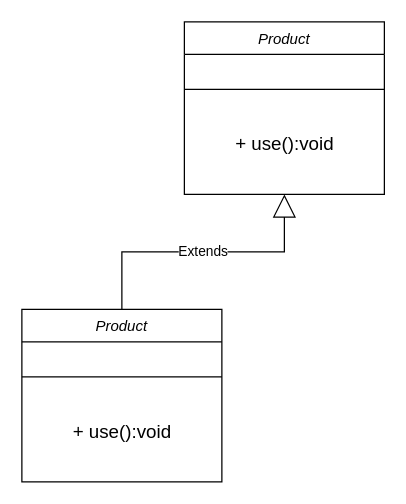
This is 抽象工厂模式.drawio from qiuquanhui/images, a draw.io file, before an edit. Source tidied: cells renumbered, new cells numbered last; positions are measured from the earlier drawing's top-left corner, leaving out a move shared by most shapes. Both pictures are drawn from the tidied source at 125%, with x=0, y=0 at pixel (21, 21).
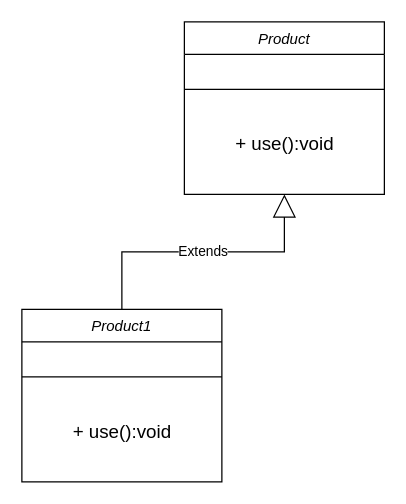
Above is the later version.

Commit message (it also covers changes not shown here):
更新抽象工厂模式.drawio

The edit, as a diff of the source:
```diff
@@
 <mxGraphModel>
   <root>
     <mxCell id="0" />
     <mxCell id="1" parent="0" />
     <mxCell id="2" value="Product" style="swimlane;fontStyle=2;align=center;verticalAlign=top;horizontal=1;startSize=26;rounded=0;shadow=0;strokeWidth=1;" parent="1" vertex="1">
       <mxGeometry x="130" width="160" height="138" as="geometry" />
     </mxCell>
     <mxCell id="3" style="line;html=1;strokeWidth=1;align=left;verticalAlign=middle;spacingTop=-1;spacingLeft=3;spacingRight=3;labelPosition=right;" parent="2" vertex="1">
       <mxGeometry y="26" width="160" height="56" as="geometry" />
     </mxCell>
     <mxCell id="4" value="&lt;font style=&quot;font-size: 15px;&quot;&gt;+ use():void&lt;/font&gt;" style="text;html=1;align=center;verticalAlign=middle;strokeColor=none;fillColor=none;" parent="2" vertex="1">
       <mxGeometry y="82" width="160" height="30" as="geometry" />
     </mxCell>
-    <mxCell id="5" value="Product" style="swimlane;fontStyle=2;align=center;verticalAlign=top;horizontal=1;startSize=26;rounded=0;shadow=0;strokeWidth=1;" parent="1" vertex="1">
+    <mxCell id="5" value="Product1" style="swimlane;fontStyle=2;align=center;verticalAlign=top;horizontal=1;startSize=26;rounded=0;shadow=0;strokeWidth=1;" parent="1" vertex="1">
       <mxGeometry y="230" width="160" height="138" as="geometry" />
     </mxCell>
     <mxCell id="6" style="line;html=1;strokeWidth=1;align=left;verticalAlign=middle;spacingTop=-1;spacingLeft=3;spacingRight=3;labelPosition=right;" parent="5" vertex="1">
       <mxGeometry y="26" width="160" height="56" as="geometry" />
     </mxCell>
     <mxCell id="7" value="&lt;font style=&quot;font-size: 15px;&quot;&gt;+ use():void&lt;/font&gt;" style="text;html=1;align=center;verticalAlign=middle;strokeColor=none;fillColor=none;" parent="5" vertex="1">
       <mxGeometry y="82" width="160" height="30" as="geometry" />
     </mxCell>
     <mxCell id="8" value="Extends" style="endArrow=block;endSize=16;endFill=0;html=1;rounded=0;entryX=0.5;entryY=1;entryDx=0;entryDy=0;exitX=0.5;exitY=0;exitDx=0;exitDy=0;edgeStyle=orthogonalEdgeStyle;" parent="1" edge="1" source="5" target="2">
       <mxGeometry relative="1" as="geometry" />
     </mxCell>
   </root>
 </mxGraphModel>
```
